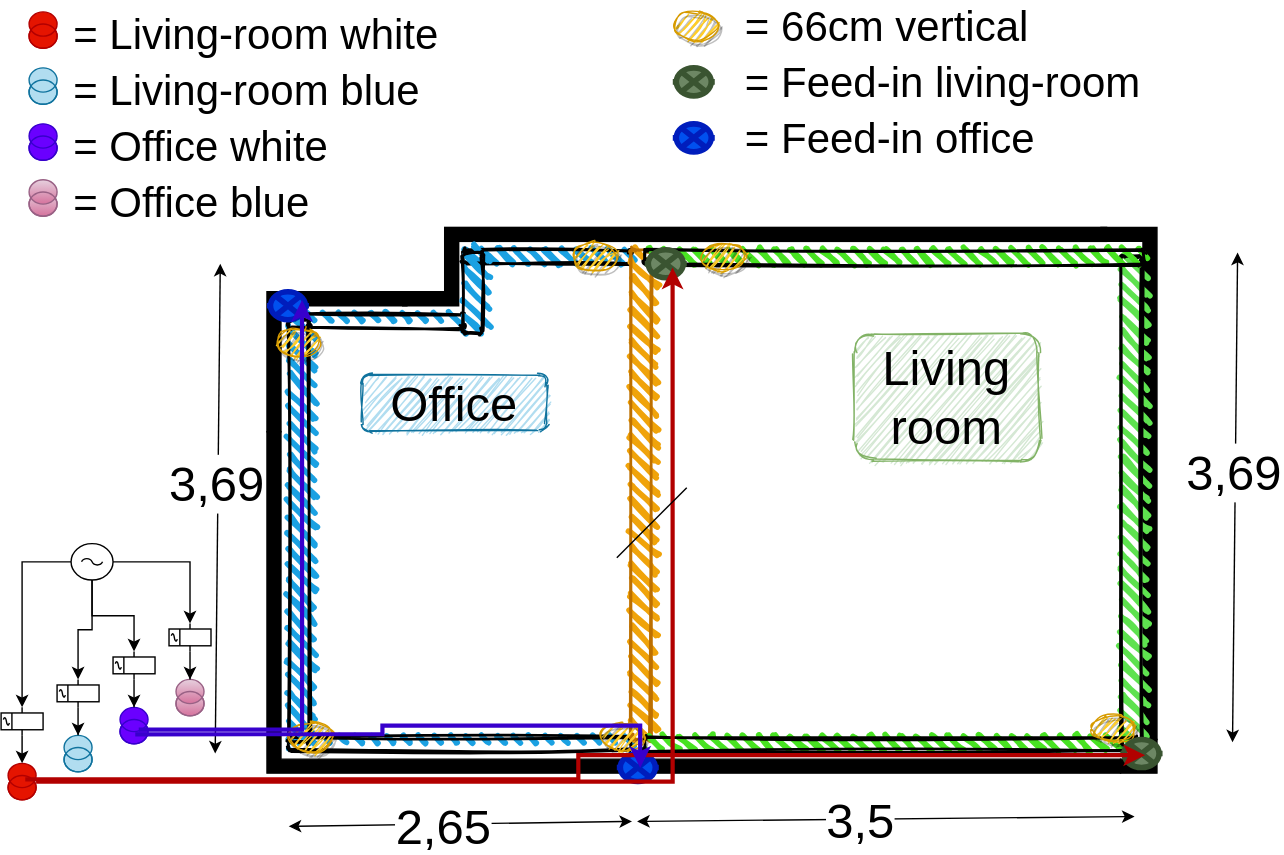
Earlier version of the draw.io export docs/level_field/room_plan_downstair_power.svg (alexkratzer/autohomestack). Source tidied: cells renumbered, new cells last; positions are measured from the earlier drawing's top-left corner, leaving out a move shared by most shapes.
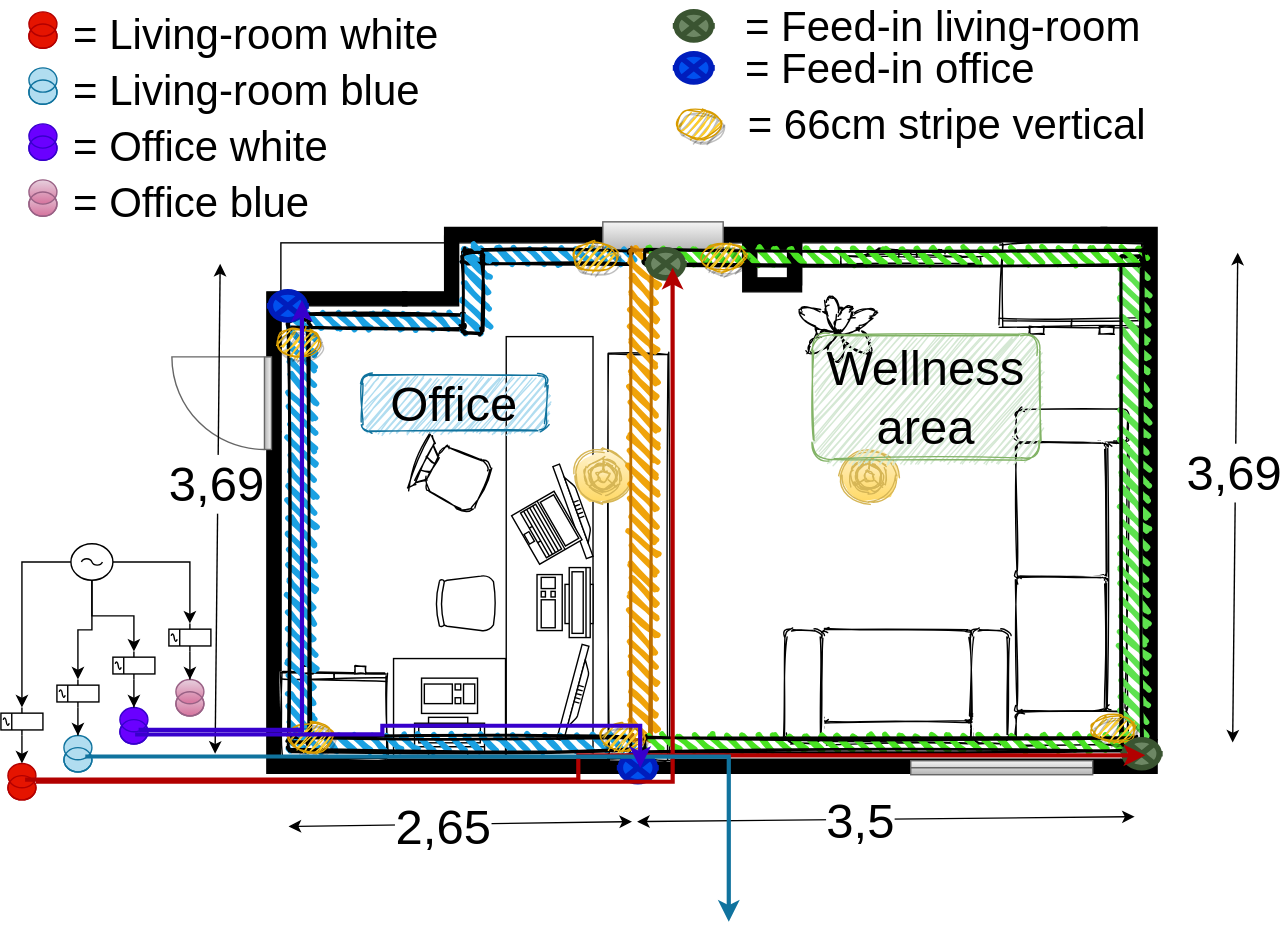
Above is the later version.

Change to the diagram source:
```diff
@@ -20,6 +20,88 @@
     <mxCell id="7" style="verticalLabelPosition=bottom;html=1;verticalAlign=top;align=center;shape=mxgraph.floorplan.wallCorner;fillColor=#000000;direction=west;shadow=0;sketch=0;strokeColor=#000000;" parent="1" vertex="1">
       <mxGeometry x="800" y="520" width="26" height="24" as="geometry" />
     </mxCell>
+    <mxCell id="75" parent="0" />
+    <mxCell id="76" style="rounded=0;whiteSpace=wrap;html=1;shadow=0;sketch=0;strokeColor=#000000;gradientColor=none;fillColor=none;" parent="75" vertex="1">
+      <mxGeometry x="200" y="165" width="615" height="369" as="geometry" />
+    </mxCell>
+    <mxCell id="77" style="rounded=0;whiteSpace=wrap;html=1;shadow=0;sketch=0;strokeColor=#000000;fillColor=#ffffff;gradientColor=none;" parent="75" vertex="1">
+      <mxGeometry x="533" y="165" width="39" height="30" as="geometry" />
+    </mxCell>
+    <mxCell id="78" style="rounded=0;whiteSpace=wrap;html=1;shadow=0;sketch=1;strokeColor=#000000;fillColor=#ffffff;gradientColor=none;" parent="75" vertex="1">
+      <mxGeometry x="434" y="244" width="43" height="290" as="geometry" />
+    </mxCell>
+    <mxCell id="79" style="group;rotation=-90;sketch=1;shadow=1;" parent="75" vertex="1">
+      <mxGeometry x="240" y="345" width="302" height="74.7" as="geometry" />
+    </mxCell>
+    <mxCell id="80" style="verticalLabelPosition=bottom;html=1;verticalAlign=top;align=center;strokeWidth=1;shape=mxgraph.floorplan.office_chair;shadow=0;rounded=0;comic=0;fontFamily=Verdana;fontSize=12;rotation=-90;" parent="79" vertex="1">
+      <mxGeometry x="72" y="56" width="40" height="43" as="geometry" />
+    </mxCell>
+    <mxCell id="81" style="shape=rect;shadow=0;rounded=0;comic=0;fontFamily=Verdana;fontSize=12;align=center;html=1;rotation=-90;" parent="79" vertex="1">
+      <mxGeometry x="2" y="6" width="300" height="62" as="geometry" />
+    </mxCell>
+    <mxCell id="82" style="verticalLabelPosition=bottom;html=1;verticalAlign=top;align=center;strokeWidth=1;shape=mxgraph.floorplan.workstation;shadow=0;flipV=1;rounded=0;comic=0;fontFamily=Verdana;fontSize=12;rotation=-90;" parent="79" vertex="1">
+      <mxGeometry x="138" y="57" width="50" height="40" as="geometry" />
+    </mxCell>
+    <mxCell id="83" style="verticalLabelPosition=bottom;html=1;verticalAlign=top;align=center;strokeWidth=1;shape=mxgraph.floorplan.flat_tv;rounded=0;shadow=0;comic=0;fontFamily=Verdana;fontSize=12;rotation=-255;" parent="79" vertex="1">
+      <mxGeometry x="136" y="137" width="70" height="10" as="geometry" />
+    </mxCell>
+    <mxCell id="84" style="verticalLabelPosition=bottom;html=1;verticalAlign=top;align=center;strokeWidth=1;shape=mxgraph.floorplan.flat_tv;rounded=0;shadow=0;comic=0;fontFamily=Verdana;fontSize=12;rotation=70;" parent="79" vertex="1">
+      <mxGeometry x="136" y="6" width="70" height="10" as="geometry" />
+    </mxCell>
+    <mxCell id="85" style="verticalLabelPosition=bottom;html=1;verticalAlign=top;align=center;shape=mxgraph.floorplan.laptop;shadow=0;sketch=0;strokeColor=#000000;fillColor=#ffffff;gradientColor=none;rotation=60;" parent="79" vertex="1">
+      <mxGeometry x="130" y="6" width="40" height="35" as="geometry" />
+    </mxCell>
+    <mxCell id="86" style="verticalLabelPosition=bottom;html=1;verticalAlign=top;align=center;shape=mxgraph.floorplan.couch;shadow=0;sketch=1;strokeColor=#000000;fillColor=#ffffff;gradientColor=none;rotation=90;" parent="75" vertex="1">
+      <mxGeometry x="645" y="364" width="240" height="80" as="geometry" />
+    </mxCell>
+    <mxCell id="87" style="verticalLabelPosition=bottom;html=1;verticalAlign=top;align=center;shape=mxgraph.floorplan.flat_tv;shadow=0;sketch=1;strokeColor=#000000;fillColor=#ffffff;gradientColor=none;" parent="75" vertex="1">
+      <mxGeometry x="600" y="170" width="100" height="10" as="geometry" />
+    </mxCell>
+    <mxCell id="88" style="verticalLabelPosition=bottom;html=1;verticalAlign=top;align=center;shape=mxgraph.floorplan.chair;shadow=0;sketch=1;strokeColor=#000000;fillColor=#ffffff;gradientColor=none;rotation=-65;" parent="75" vertex="1">
+      <mxGeometry x="300" y="305" width="41" height="52" as="geometry" />
+    </mxCell>
+    <mxCell id="89" style="verticalLabelPosition=bottom;html=1;verticalAlign=top;align=center;shape=mxgraph.floorplan.sofa;shadow=0;sketch=1;strokeColor=#000000;fillColor=#ffffff;gradientColor=none;rotation=0;direction=west;" parent="75" vertex="1">
+      <mxGeometry x="560" y="442" width="160" height="80" as="geometry" />
+    </mxCell>
+    <mxCell id="90" style="verticalLabelPosition=bottom;html=1;verticalAlign=top;align=center;strokeWidth=1;shape=mxgraph.floorplan.dresser;rounded=0;shadow=0;comic=0;fontFamily=Verdana;fontSize=12;rotation=0;sketch=1;" parent="75" vertex="1">
+      <mxGeometry x="715" y="165" width="100" height="65" as="geometry" />
+    </mxCell>
+    <mxCell id="91" style="verticalLabelPosition=bottom;html=1;verticalAlign=top;align=center;strokeWidth=1;shape=mxgraph.floorplan.dresser;rounded=0;shadow=0;comic=0;fontFamily=Verdana;fontSize=12;rotation=90;direction=south;sketch=1;" parent="75" vertex="1">
+      <mxGeometry x="205.5" y="462.5" width="65" height="75" as="geometry" />
+    </mxCell>
+    <mxCell id="92" style="group;sketch=1;" parent="75" vertex="1">
+      <mxGeometry x="280.5" y="462" width="80" height="70" as="geometry" />
+    </mxCell>
+    <mxCell id="93" style="group;" parent="92" vertex="1">
+      <mxGeometry width="80" height="70" as="geometry" />
+    </mxCell>
+    <mxCell id="94" style="shape=rect;shadow=0;rounded=0;comic=0;fontFamily=Verdana;fontSize=12;align=center;html=1;" parent="93" vertex="1">
+      <mxGeometry width="80" height="70" as="geometry" />
+    </mxCell>
+    <mxCell id="95" style="verticalLabelPosition=bottom;html=1;verticalAlign=top;align=center;strokeWidth=1;shape=mxgraph.floorplan.workstation;shadow=0;flipV=1;rounded=0;comic=0;fontFamily=Verdana;fontSize=12;" parent="93" vertex="1">
+      <mxGeometry x="15" y="14" width="50" height="56" as="geometry" />
+    </mxCell>
+    <mxCell id="96" style="verticalLabelPosition=bottom;html=1;verticalAlign=top;align=center;strokeWidth=1;shape=mxgraph.floorplan.plant;rounded=0;shadow=0;comic=0;fontFamily=Verdana;fontSize=12;sketch=1;" parent="75" vertex="1">
+      <mxGeometry x="572" y="200" width="47" height="51" as="geometry" />
+    </mxCell>
+    <mxCell id="97" style="verticalLabelPosition=bottom;html=1;verticalAlign=top;align=center;shape=mxgraph.floorplan.window;shadow=0;sketch=0;strokeColor=#666666;fillColor=#f5f5f5;gradientColor=#b3b3b3;" parent="75" vertex="1">
+      <mxGeometry x="650" y="530" width="130" height="20" as="geometry" />
+    </mxCell>
+    <mxCell id="98" style="verticalLabelPosition=bottom;html=1;verticalAlign=top;align=center;shape=mxgraph.floorplan.doorLeft;shadow=0;sketch=0;strokeColor=#666666;fillColor=#f5f5f5;gradientColor=#b3b3b3;rotation=90;" parent="75" vertex="1">
+      <mxGeometry x="125.1" y="244.4" width="66.1" height="70.3" as="geometry" />
+    </mxCell>
+    <mxCell id="99" style="rounded=0;whiteSpace=wrap;html=1;fillColor=#f5f5f5;strokeColor=#666666;gradientColor=#b3b3b3;" parent="75" vertex="1">
+      <mxGeometry x="430" y="150" width="86" height="21" as="geometry" />
+    </mxCell>
+    <mxCell id="100" style="verticalLabelPosition=bottom;html=1;verticalAlign=top;align=center;shape=mxgraph.floorplan.room;fillColor=#000000;shadow=0;sketch=0;strokeColor=#000000;" parent="75" vertex="1">
+      <mxGeometry x="530" y="160" width="42" height="40" as="geometry" />
+    </mxCell>
+    <mxCell id="101" style="verticalLabelPosition=bottom;html=1;verticalAlign=top;align=center;shape=mxgraph.floorplan.floor_lamp;rounded=1;shadow=0;glass=0;labelBackgroundColor=none;sketch=1;strokeColor=#d6b656;fillColor=#fff2cc;gradientColor=#ffd966;fontSize=35;" parent="75" vertex="1">
+      <mxGeometry x="410" y="313" width="40" height="37" as="geometry" />
+    </mxCell>
+    <mxCell id="102" style="verticalLabelPosition=bottom;html=1;verticalAlign=top;align=center;shape=mxgraph.floorplan.floor_lamp;rounded=1;shadow=0;glass=0;labelBackgroundColor=none;sketch=1;strokeColor=#d6b656;fillColor=#fff2cc;gradientColor=#ffd966;fontSize=35;" parent="75" vertex="1">
+      <mxGeometry x="600" y="313" width="40" height="37" as="geometry" />
+    </mxCell>
     <mxCell id="8" value="led" parent="0" />
     <mxCell id="9" style="rounded=1;whiteSpace=wrap;html=1;strokeWidth=2;fillWeight=4;hachureGap=8;hachureAngle=45;fillColor=#1ba1e2;sketch=1;shadow=0;" parent="8" vertex="1">
       <mxGeometry x="330" y="170" width="120" height="10" as="geometry" />
@@ -51,8 +133,8 @@
     <mxCell id="18" value="Office" style="text;align=center;verticalAlign=middle;rounded=1;shadow=0;glass=0;labelBackgroundColor=none;sketch=1;fontSize=35;whiteSpace=wrap;html=1;fillColor=#b1ddf0;strokeColor=#10739e;" parent="8" vertex="1">
       <mxGeometry x="258" y="260" width="132" height="40" as="geometry" />
     </mxCell>
-    <mxCell id="19" value="Living room" style="text;align=center;verticalAlign=middle;rounded=1;shadow=0;glass=0;labelBackgroundColor=none;sketch=1;fontSize=35;whiteSpace=wrap;html=1;fillColor=#d5e8d4;strokeColor=#82b366;" parent="8" vertex="1">
-      <mxGeometry x="610" y="230" width="132" height="90" as="geometry" />
+    <mxCell id="19" value="Wellness area" style="text;align=center;verticalAlign=middle;rounded=1;shadow=0;glass=0;labelBackgroundColor=none;sketch=1;fontSize=35;whiteSpace=wrap;html=1;fillColor=#d5e8d4;strokeColor=#82b366;" parent="8" vertex="1">
+      <mxGeometry x="580" y="230" width="162" height="90" as="geometry" />
     </mxCell>
     <mxCell id="20" style="endArrow=classic;startArrow=classic;html=1;fontSize=35;fontColor=#000000;entryX=0.75;entryY=1;entryDx=0;entryDy=0;exitX=0;exitY=1;exitDx=0;exitDy=0;" parent="8" edge="1">
       <mxGeometry relative="1" as="geometry">
@@ -91,10 +173,10 @@
       <mxGeometry x="-0.1" y="-1" relative="1" as="geometry" />
     </mxCell>
     <mxCell id="28" style="ellipse;whiteSpace=wrap;html=1;rounded=1;shadow=1;glass=0;labelBackgroundColor=none;sketch=1;strokeColor=#d79b00;fontSize=35;fillColor=#ffcd28;" parent="8" vertex="1">
-      <mxGeometry x="480" width="32" height="20" as="geometry" />
+      <mxGeometry x="482" y="70" width="32" height="20" as="geometry" />
     </mxCell>
-    <mxCell id="29" value="= 66cm&amp;nbsp;vertical&amp;nbsp;" style="text;html=1;strokeColor=none;fillColor=none;align=left;verticalAlign=middle;whiteSpace=wrap;rounded=0;shadow=1;glass=0;labelBackgroundColor=none;sketch=1;fontSize=30;fontColor=#000000;" parent="8" vertex="1">
-      <mxGeometry x="530" width="284.5" height="20" as="geometry" />
+    <mxCell id="29" value="= 66cm stripe vertical&amp;nbsp;" style="text;html=1;strokeColor=none;fillColor=none;align=left;verticalAlign=middle;whiteSpace=wrap;rounded=0;shadow=1;glass=0;labelBackgroundColor=none;sketch=1;fontSize=30;fontColor=#000000;" parent="8" vertex="1">
+      <mxGeometry x="532" y="70" width="318" height="20" as="geometry" />
     </mxCell>
     <mxCell id="30" style="ellipse;whiteSpace=wrap;html=1;rounded=1;shadow=1;glass=0;labelBackgroundColor=none;sketch=1;strokeColor=#d79b00;fontSize=35;fillColor=#ffcd28;" parent="8" vertex="1">
       <mxGeometry x="196.8" y="226" width="32" height="20" as="geometry" />
@@ -121,18 +203,6 @@
     <mxCell id="38" style="verticalLabelPosition=bottom;shadow=0;dashed=0;align=center;html=1;verticalAlign=top;shape=mxgraph.electrical.miscellaneous.light_bulb;strokeColor=#3A5431;strokeWidth=4;fillColor=#6d8764;fontColor=#ffffff;" parent="36" vertex="1">
       <mxGeometry x="460" y="170" width="30" height="20" as="geometry" />
     </mxCell>
-    <mxCell id="39" style="verticalLabelPosition=bottom;shadow=0;dashed=0;align=center;html=1;verticalAlign=top;shape=mxgraph.electrical.miscellaneous.light_bulb;strokeColor=#3A5431;strokeWidth=4;fillColor=#6d8764;fontColor=#ffffff;" parent="36" vertex="1">
-      <mxGeometry x="480" y="40" width="30" height="20" as="geometry" />
-    </mxCell>
-    <mxCell id="40" value="= Feed-in living-room&amp;nbsp;" style="text;html=1;strokeColor=none;fillColor=none;align=left;verticalAlign=middle;whiteSpace=wrap;rounded=0;shadow=1;glass=0;labelBackgroundColor=none;sketch=1;fontSize=30;fontColor=#000000;" parent="36" vertex="1">
-      <mxGeometry x="530" y="40" width="373" height="20" as="geometry" />
-    </mxCell>
-    <mxCell id="41" style="verticalLabelPosition=bottom;shadow=0;dashed=0;align=center;html=1;verticalAlign=top;shape=mxgraph.electrical.miscellaneous.light_bulb;strokeColor=#001DBC;strokeWidth=4;fillColor=#0050ef;fontColor=#ffffff;" parent="36" vertex="1">
-      <mxGeometry x="480" y="80" width="30" height="20" as="geometry" />
-    </mxCell>
-    <mxCell id="42" value="= Feed-in office&amp;nbsp;" style="text;html=1;strokeColor=none;fillColor=none;align=left;verticalAlign=middle;whiteSpace=wrap;rounded=0;shadow=1;glass=0;labelBackgroundColor=none;sketch=1;fontSize=30;fontColor=#000000;" parent="36" vertex="1">
-      <mxGeometry x="530" y="80" width="293" height="20" as="geometry" />
-    </mxCell>
     <mxCell id="43" style="verticalLabelPosition=bottom;shadow=0;dashed=0;align=center;html=1;verticalAlign=top;shape=mxgraph.electrical.miscellaneous.light_bulb;strokeColor=#001DBC;strokeWidth=4;fillColor=#0050ef;fontColor=#ffffff;" parent="36" vertex="1">
       <mxGeometry x="440" y="530" width="30" height="20" as="geometry" />
     </mxCell>
@@ -219,20 +289,31 @@
     <mxCell id="70" value="= Office blue" style="text;html=1;strokeColor=none;fillColor=none;align=left;verticalAlign=middle;whiteSpace=wrap;rounded=0;shadow=1;glass=0;labelBackgroundColor=none;sketch=1;fontSize=30;fontColor=#000000;" parent="36" vertex="1">
       <mxGeometry x="50" y="126" width="284.5" height="20" as="geometry" />
     </mxCell>
-    <mxCell id="71" style="endArrow=none;html=1;fontSize=30;" parent="36" edge="1">
-      <mxGeometry relative="1" as="geometry">
-        <mxPoint x="440" y="390" as="sourcePoint" />
-        <mxPoint x="490" y="340" as="targetPoint" />
-      </mxGeometry>
-    </mxCell>
     <mxCell id="72" style="edgeStyle=orthogonalEdgeStyle;rounded=0;jettySize=auto;html=1;entryX=0.584;entryY=0.557;entryDx=0;entryDy=0;entryPerimeter=0;fontSize=30;fillColor=#e51400;strokeColor=#B20000;strokeWidth=3;exitX=0.613;exitY=0.443;exitDx=0;exitDy=0;exitPerimeter=0;" parent="36" edge="1" source="60" target="37">
       <mxGeometry relative="1" as="geometry" />
     </mxCell>
+    <mxCell id="103" style="edgeStyle=orthogonalEdgeStyle;rounded=0;jettySize=auto;html=1;fontSize=30;fillColor=#b1ddf0;strokeColor=#10739e;strokeWidth=3;exitX=0.764;exitY=0.576;exitDx=0;exitDy=0;exitPerimeter=0;" parent="36" edge="1" source="50">
+      <mxGeometry relative="1" as="geometry">
+        <mxPoint x="520" y="650" as="targetPoint" />
+      </mxGeometry>
+    </mxCell>
     <mxCell id="73" style="edgeStyle=orthogonalEdgeStyle;rounded=0;jettySize=auto;html=1;fontSize=30;fillColor=#6a00ff;strokeColor=#3700CC;strokeWidth=3;exitX=0.668;exitY=0.613;exitDx=0;exitDy=0;exitPerimeter=0;entryX=0.835;entryY=0.295;entryDx=0;entryDy=0;entryPerimeter=0;" parent="36" edge="1" source="53" target="44">
       <mxGeometry relative="1" as="geometry" />
     </mxCell>
     <mxCell id="74" style="edgeStyle=orthogonalEdgeStyle;rounded=0;jettySize=auto;html=1;fontSize=30;fillColor=#6a00ff;strokeColor=#3700CC;strokeWidth=3;exitX=0.544;exitY=0.74;exitDx=0;exitDy=0;exitPerimeter=0;entryX=0.557;entryY=0.512;entryDx=0;entryDy=0;entryPerimeter=0;" parent="36" edge="1" source="53" target="43">
       <mxGeometry relative="1" as="geometry" />
     </mxCell>
+    <mxCell id="104" style="verticalLabelPosition=bottom;shadow=0;dashed=0;align=center;html=1;verticalAlign=top;shape=mxgraph.electrical.miscellaneous.light_bulb;strokeColor=#3A5431;strokeWidth=4;fillColor=#6d8764;fontColor=#ffffff;" parent="36" vertex="1">
+      <mxGeometry x="480" width="30" height="20" as="geometry" />
+    </mxCell>
+    <mxCell id="40" value="= Feed-in living-room&amp;nbsp;" style="text;html=1;strokeColor=none;fillColor=none;align=left;verticalAlign=middle;whiteSpace=wrap;rounded=0;shadow=1;glass=0;labelBackgroundColor=none;sketch=1;fontSize=30;fontColor=#000000;" parent="36" vertex="1">
+      <mxGeometry x="530" width="300" height="20" as="geometry" />
+    </mxCell>
+    <mxCell id="105" style="verticalLabelPosition=bottom;shadow=0;dashed=0;align=center;html=1;verticalAlign=top;shape=mxgraph.electrical.miscellaneous.light_bulb;strokeColor=#001DBC;strokeWidth=4;fillColor=#0050ef;fontColor=#ffffff;" parent="36" vertex="1">
+      <mxGeometry x="480" y="30" width="30" height="20" as="geometry" />
+    </mxCell>
+    <mxCell id="42" value="= Feed-in office&amp;nbsp;" style="text;html=1;strokeColor=none;fillColor=none;align=left;verticalAlign=middle;whiteSpace=wrap;rounded=0;shadow=1;glass=0;labelBackgroundColor=none;sketch=1;fontSize=30;fontColor=#000000;" parent="36" vertex="1">
+      <mxGeometry x="530" y="30" width="293" height="20" as="geometry" />
+    </mxCell>
   </root>
 </mxGraphModel>
```
